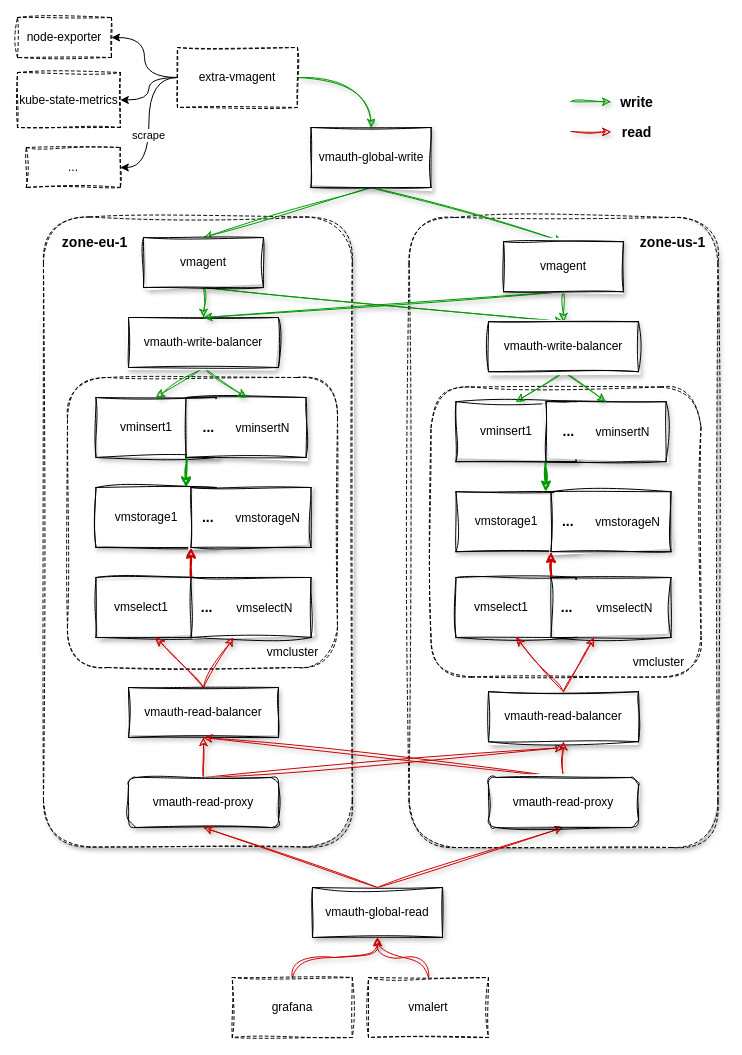
Before: charts/victoria-metrics-distributed/img/victoriametrics-distributed-topology.drawio in VictoriaMetrics/helm-charts, a draw.io diagram. Source tidied: cells renumbered, new cells numbered last; positions are measured from the earlier drawing's top-left corner, leaving out a move shared by most shapes. Both pictures are drawn from the tidied source at 100%, with x=0, y=0 at pixel (17, 17).
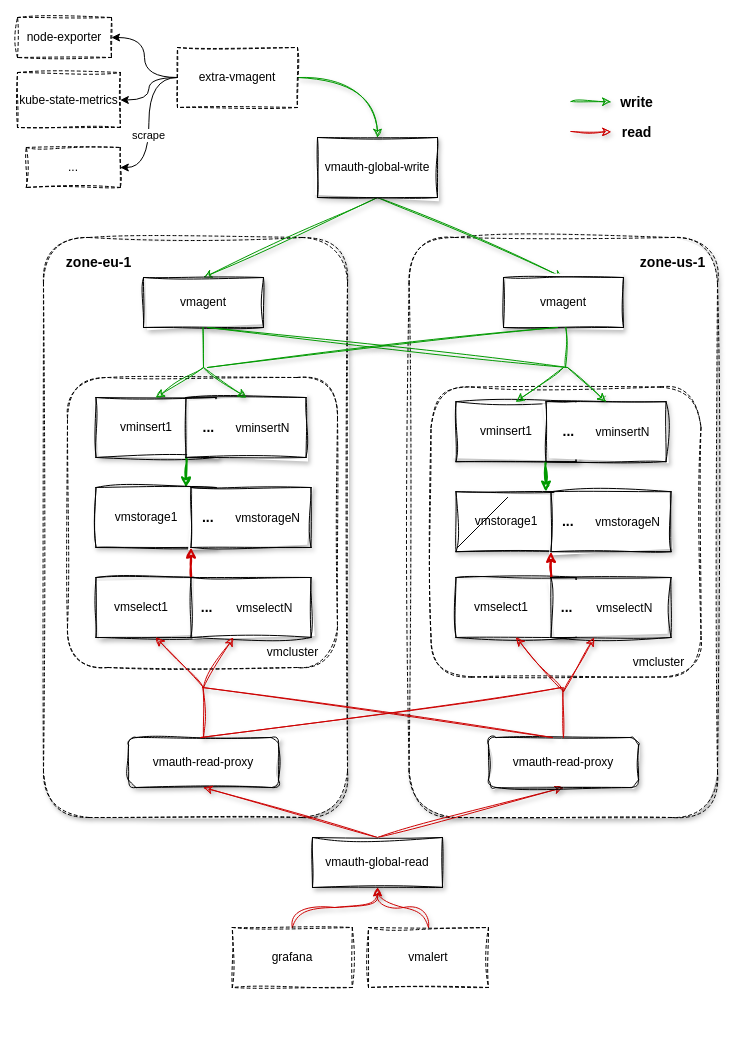
Above is the later version.

Unchanged cells that the change refers to:
```xml
<mxCell id="12" value="vminsert1&amp;nbsp; &amp;nbsp; &amp;nbsp;&amp;nbsp;" style="rounded=0;whiteSpace=wrap;html=1;shadow=1;sketch=1;curveFitting=1;jiggle=2;" parent="1" vertex="1">
  <mxGeometry x="78.5" y="380" width="120" height="60" as="geometry" />
</mxCell>
<mxCell id="14" value="&lt;b&gt;&lt;font style=&quot;font-size: 14px;&quot;&gt;...&amp;nbsp; &lt;/font&gt;&lt;/b&gt;&amp;nbsp; &amp;nbsp; vminsertN" style="rounded=0;whiteSpace=wrap;html=1;shadow=1;sketch=1;curveFitting=1;jiggle=2;" parent="1" vertex="1">
  <mxGeometry x="168.5" y="380" width="120" height="60" as="geometry" />
</mxCell>
<mxCell id="20" value="vmselect1&amp;nbsp; &amp;nbsp; &amp;nbsp; &amp;nbsp; &amp;nbsp;" style="rounded=0;whiteSpace=wrap;html=1;shadow=1;sketch=1;curveFitting=1;jiggle=2;" parent="1" vertex="1">
  <mxGeometry x="78.5" y="560" width="120" height="60" as="geometry" />
</mxCell>
<mxCell id="22" value="&lt;b&gt;&lt;font style=&quot;font-size: 14px;&quot;&gt;&amp;nbsp; ...&amp;nbsp;&lt;/font&gt;&lt;/b&gt;&amp;nbsp; &amp;nbsp; &amp;nbsp; vmselectN" style="rounded=0;whiteSpace=wrap;html=1;shadow=1;align=left;sketch=1;curveFitting=1;jiggle=2;glass=0;" parent="1" vertex="1">
  <mxGeometry x="173.5" y="560" width="120" height="60" as="geometry" />
</mxCell>
<mxCell id="36" value="vminsert1&amp;nbsp; &amp;nbsp; &amp;nbsp;&amp;nbsp;" style="rounded=0;whiteSpace=wrap;html=1;shadow=1;sketch=1;curveFitting=1;jiggle=2;" parent="1" vertex="1">
  <mxGeometry x="438.5" y="384.2" width="120" height="60" as="geometry" />
</mxCell>
<mxCell id="38" value="&lt;b&gt;&lt;font style=&quot;font-size: 14px;&quot;&gt;...&amp;nbsp; &lt;/font&gt;&lt;/b&gt;&amp;nbsp; &amp;nbsp; vminsertN" style="rounded=0;whiteSpace=wrap;html=1;shadow=1;sketch=1;curveFitting=1;jiggle=2;" parent="1" vertex="1">
  <mxGeometry x="528.5" y="384.2" width="120" height="60" as="geometry" />
</mxCell>
<mxCell id="44" value="vmselect1&amp;nbsp; &amp;nbsp; &amp;nbsp; &amp;nbsp; &amp;nbsp;" style="rounded=0;whiteSpace=wrap;html=1;shadow=1;sketch=1;curveFitting=1;jiggle=2;" parent="1" vertex="1">
  <mxGeometry x="438.5" y="560" width="120" height="60" as="geometry" />
</mxCell>
<mxCell id="46" value="&lt;b&gt;&lt;font style=&quot;font-size: 14px;&quot;&gt;&amp;nbsp; ...&amp;nbsp;&lt;/font&gt;&lt;/b&gt;&amp;nbsp; &amp;nbsp; &amp;nbsp; vmselectN" style="rounded=0;whiteSpace=wrap;html=1;shadow=1;align=left;sketch=1;curveFitting=1;jiggle=2;glass=0;" parent="1" vertex="1">
  <mxGeometry x="533.5" y="560" width="120" height="60" as="geometry" />
</mxCell>
```

Change to the diagram source:
```diff
@@
     <mxCell id="2" style="rounded=1;whiteSpace=wrap;html=1;dashed=1;shadow=1;sketch=1;curveFitting=1;jiggle=2;glass=0;" parent="1" vertex="1">
-      <mxGeometry x="391.6" y="200" width="308.8" height="630" as="geometry" />
+      <mxGeometry x="391.6" y="220" width="308.4" height="580" as="geometry" />
     </mxCell>
@@
     <mxCell id="4" style="rounded=1;whiteSpace=wrap;html=1;dashed=1;shadow=1;sketch=1;curveFitting=1;jiggle=2;glass=0;" parent="1" vertex="1">
-      <mxGeometry x="26" y="199.5" width="308.8" height="630" as="geometry" />
+      <mxGeometry x="26" y="220" width="304" height="580" as="geometry" />
     </mxCell>
@@
     <mxCell id="8" value="vmauth-global-write" style="rounded=0;whiteSpace=wrap;html=1;sketch=1;curveFitting=1;jiggle=2;shadow=1;" parent="1" vertex="1">
-      <mxGeometry x="293.5" y="110" width="120" height="60" as="geometry" />
+      <mxGeometry x="300" y="120" width="120" height="60" as="geometry" />
     </mxCell>
-    <mxCell id="9" style="edgeStyle=orthogonalEdgeStyle;rounded=0;jettySize=auto;html=1;exitX=0.5;exitY=1;exitDx=0;exitDy=0;entryX=0.5;entryY=0;entryDx=0;entryDy=0;strokeColor=#009900;sketch=1;curveFitting=1;jiggle=2;shadow=1;" parent="1" edge="1" source="11" target="17">
-      <mxGeometry relative="1" as="geometry" />
-    </mxCell>
-    <mxCell id="10" style="rounded=0;jettySize=auto;html=1;exitX=0.5;exitY=1;exitDx=0;exitDy=0;entryX=0.5;entryY=0;entryDx=0;entryDy=0;shadow=1;sketch=1;curveFitting=1;jiggle=2;strokeColor=#009900;" parent="1" edge="1" source="11" target="41">
-      <mxGeometry relative="1" as="geometry" />
-    </mxCell>
     <mxCell id="11" value="vmagent" style="rounded=0;whiteSpace=wrap;html=1;sketch=1;curveFitting=1;jiggle=2;shadow=1;" parent="1" vertex="1">
-      <mxGeometry x="126" y="220" width="120" height="50" as="geometry" />
+      <mxGeometry x="126" y="260" width="120" height="50" as="geometry" />
     </mxCell>
@@
-    <mxCell id="15" style="rounded=0;jettySize=auto;html=1;exitX=0.5;exitY=1;exitDx=0;exitDy=0;entryX=0.5;entryY=0;entryDx=0;entryDy=0;strokeColor=#009900;sketch=1;curveFitting=1;jiggle=2;shadow=1;" parent="1" edge="1" source="17" target="12">
-      <mxGeometry relative="1" as="geometry" />
+    <mxCell id="15" style="rounded=0;jettySize=auto;html=1;exitX=0.5;exitY=1;exitDx=0;exitDy=0;entryX=0.5;entryY=0;entryDx=0;entryDy=0;strokeColor=#009900;sketch=1;curveFitting=1;jiggle=2;shadow=1;" parent="1" edge="1" target="12">
+      <mxGeometry relative="1" as="geometry">
+        <mxPoint x="186" y="350" as="sourcePoint" />
+      </mxGeometry>
     </mxCell>
-    <mxCell id="16" style="rounded=0;jettySize=auto;html=1;exitX=0.5;exitY=1;exitDx=0;exitDy=0;entryX=0.5;entryY=0;entryDx=0;entryDy=0;fillColor=#009900;strokeColor=#009900;sketch=1;curveFitting=1;jiggle=2;shadow=1;" parent="1" edge="1" source="17" target="14">
-      <mxGeometry relative="1" as="geometry" />
+    <mxCell id="16" style="rounded=0;jettySize=auto;html=1;exitX=0.5;exitY=1;exitDx=0;exitDy=0;entryX=0.5;entryY=0;entryDx=0;entryDy=0;fillColor=#009900;strokeColor=#009900;sketch=1;curveFitting=1;jiggle=2;shadow=1;" parent="1" edge="1" target="14">
+      <mxGeometry relative="1" as="geometry">
+        <mxPoint x="186" y="350" as="sourcePoint" />
+      </mxGeometry>
     </mxCell>
-    <mxCell id="17" value="vmauth-write-balancer" style="rounded=0;whiteSpace=wrap;html=1;shadow=1;sketch=1;curveFitting=1;jiggle=2;" parent="1" vertex="1">
-      <mxGeometry x="111" y="300" width="150" height="50" as="geometry" />
-    </mxCell>
@@
-    <mxCell id="23" style="rounded=0;jettySize=auto;html=1;exitX=0.5;exitY=0;exitDx=0;exitDy=0;strokeColor=#CC0000;shadow=1;sketch=1;curveFitting=1;jiggle=2;" parent="1" edge="1" source="25" target="22">
-      <mxGeometry relative="1" as="geometry" />
+    <mxCell id="23" style="rounded=0;jettySize=auto;html=1;exitX=0.5;exitY=0;exitDx=0;exitDy=0;strokeColor=#CC0000;shadow=1;sketch=1;curveFitting=1;jiggle=2;" parent="1" edge="1" target="22">
+      <mxGeometry relative="1" as="geometry">
+        <mxPoint x="186" y="670" as="sourcePoint" />
+      </mxGeometry>
     </mxCell>
-    <mxCell id="24" style="rounded=0;jettySize=auto;html=1;exitX=0.5;exitY=0;exitDx=0;exitDy=0;entryX=0.5;entryY=1;entryDx=0;entryDy=0;strokeColor=#CC0000;sketch=1;curveFitting=1;jiggle=2;shadow=1;" parent="1" edge="1" source="25" target="20">
-      <mxGeometry relative="1" as="geometry" />
+    <mxCell id="24" style="rounded=0;jettySize=auto;html=1;exitX=0.5;exitY=0;exitDx=0;exitDy=0;entryX=0.5;entryY=1;entryDx=0;entryDy=0;strokeColor=#CC0000;sketch=1;curveFitting=1;jiggle=2;shadow=1;" parent="1" edge="1" target="20">
+      <mxGeometry relative="1" as="geometry">
+        <mxPoint x="186" y="670" as="sourcePoint" />
+      </mxGeometry>
     </mxCell>
-    <mxCell id="25" value="vmauth-read-balancer" style="rounded=0;whiteSpace=wrap;html=1;sketch=1;curveFitting=1;jiggle=2;shadow=1;" parent="1" vertex="1">
-      <mxGeometry x="111" y="670" width="150" height="50" as="geometry" />
-    </mxCell>
-    <mxCell id="26" style="edgeStyle=orthogonalEdgeStyle;rounded=0;jettySize=auto;html=1;exitX=0.5;exitY=0;exitDx=0;exitDy=0;entryX=0.5;entryY=1;entryDx=0;entryDy=0;strokeColor=#CC0000;shadow=1;sketch=1;curveFitting=1;jiggle=2;" parent="1" edge="1" source="28" target="25">
-      <mxGeometry relative="1" as="geometry" />
-    </mxCell>
-    <mxCell id="27" style="rounded=0;jettySize=auto;html=1;exitX=0.5;exitY=0;exitDx=0;exitDy=0;strokeColor=#CC0000;shadow=1;sketch=1;curveFitting=1;jiggle=2;" parent="1" edge="1" source="28">
-      <mxGeometry relative="1" as="geometry">
-        <mxPoint x="546" y="730" as="targetPoint" />
-      </mxGeometry>
-    </mxCell>
     <mxCell id="28" value="vmauth-read-proxy" style="rounded=1;whiteSpace=wrap;html=1;sketch=1;curveFitting=1;jiggle=2;shadow=1;" parent="1" vertex="1">
-      <mxGeometry x="111" y="760" width="150" height="50" as="geometry" />
+      <mxGeometry x="111" y="720" width="150" height="50" as="geometry" />
     </mxCell>
@@
     <mxCell id="31" value="vmauth-global-read" style="rounded=0;whiteSpace=wrap;html=1;sketch=1;curveFitting=1;jiggle=2;shadow=1;" parent="1" vertex="1">
-      <mxGeometry x="295" y="870" width="130" height="50" as="geometry" />
+      <mxGeometry x="295" y="820" width="130" height="50" as="geometry" />
     </mxCell>
     <mxCell id="32" value="&lt;b&gt;&lt;font style=&quot;font-size: 14px;&quot;&gt;zone-eu-1&lt;/font&gt;&lt;/b&gt;" style="text;html=1;align=center;verticalAlign=middle;strokeColor=none;fillColor=none;" parent="1" vertex="1">
-      <mxGeometry x="32.2" y="210" width="90" height="30" as="geometry" />
+      <mxGeometry x="36" y="230" width="90" height="30" as="geometry" />
     </mxCell>
-    <mxCell id="33" style="edgeStyle=orthogonalEdgeStyle;rounded=0;jettySize=auto;html=1;exitX=0.5;exitY=1;exitDx=0;exitDy=0;entryX=0.5;entryY=0;entryDx=0;entryDy=0;strokeColor=#009900;sketch=1;curveFitting=1;jiggle=2;shadow=1;" parent="1" edge="1" source="35" target="41">
-      <mxGeometry relative="1" as="geometry" />
-    </mxCell>
-    <mxCell id="34" style="rounded=0;jettySize=auto;html=1;exitX=0.5;exitY=1;exitDx=0;exitDy=0;entryX=0.5;entryY=0;entryDx=0;entryDy=0;strokeColor=#009900;sketch=1;curveFitting=1;jiggle=2;shadow=1;" parent="1" edge="1" source="35" target="17">
-      <mxGeometry relative="1" as="geometry" />
-    </mxCell>
     <mxCell id="35" value="vmagent" style="rounded=0;whiteSpace=wrap;html=1;sketch=1;curveFitting=1;jiggle=2;shadow=1;" parent="1" vertex="1">
-      <mxGeometry x="486" y="224.2" width="120" height="50" as="geometry" />
+      <mxGeometry x="486" y="260" width="120" height="50" as="geometry" />
     </mxCell>
@@
-    <mxCell id="39" style="rounded=0;jettySize=auto;html=1;exitX=0.5;exitY=1;exitDx=0;exitDy=0;entryX=0.5;entryY=0;entryDx=0;entryDy=0;strokeColor=#009900;sketch=1;curveFitting=1;jiggle=2;shadow=1;" parent="1" edge="1" source="41" target="36">
-      <mxGeometry relative="1" as="geometry" />
+    <mxCell id="39" style="rounded=0;jettySize=auto;html=1;entryX=0.5;entryY=0;entryDx=0;entryDy=0;strokeColor=#009900;sketch=1;curveFitting=1;jiggle=2;shadow=1;" parent="1" edge="1" target="36">
+      <mxGeometry relative="1" as="geometry">
+        <mxPoint x="546" y="350" as="sourcePoint" />
+      </mxGeometry>
     </mxCell>
-    <mxCell id="40" style="rounded=0;jettySize=auto;html=1;exitX=0.5;exitY=1;exitDx=0;exitDy=0;entryX=0.5;entryY=0;entryDx=0;entryDy=0;fillColor=#009900;strokeColor=#009900;shadow=1;sketch=1;curveFitting=1;jiggle=2;" parent="1" edge="1" source="41" target="38">
-      <mxGeometry relative="1" as="geometry" />
+    <mxCell id="40" style="rounded=0;jettySize=auto;html=1;entryX=0.5;entryY=0;entryDx=0;entryDy=0;fillColor=#009900;strokeColor=#009900;shadow=1;sketch=1;curveFitting=1;jiggle=2;" parent="1" edge="1" target="38">
+      <mxGeometry relative="1" as="geometry">
+        <mxPoint x="550" y="350" as="sourcePoint" />
+      </mxGeometry>
     </mxCell>
-    <mxCell id="41" value="vmauth-write-balancer" style="rounded=0;whiteSpace=wrap;html=1;shadow=1;sketch=1;curveFitting=1;jiggle=2;" parent="1" vertex="1">
-      <mxGeometry x="471" y="304.2" width="150" height="50" as="geometry" />
-    </mxCell>
@@
-    <mxCell id="47" style="rounded=0;jettySize=auto;html=1;exitX=0.5;exitY=0;exitDx=0;exitDy=0;strokeColor=#CC0000;sketch=1;curveFitting=1;jiggle=2;shadow=1;" parent="1" edge="1" source="49" target="46">
-      <mxGeometry relative="1" as="geometry" />
+    <mxCell id="47" style="rounded=0;jettySize=auto;html=1;exitX=0.5;exitY=0;exitDx=0;exitDy=0;strokeColor=#CC0000;sketch=1;curveFitting=1;jiggle=2;shadow=1;" parent="1" edge="1" target="46">
+      <mxGeometry relative="1" as="geometry">
+        <mxPoint x="546" y="674.2" as="sourcePoint" />
+      </mxGeometry>
     </mxCell>
-    <mxCell id="48" style="rounded=0;jettySize=auto;html=1;exitX=0.5;exitY=0;exitDx=0;exitDy=0;entryX=0.5;entryY=1;entryDx=0;entryDy=0;strokeColor=#CC0000;shadow=1;sketch=1;curveFitting=1;jiggle=2;" parent="1" edge="1" source="49" target="44">
-      <mxGeometry relative="1" as="geometry" />
+    <mxCell id="48" style="rounded=0;jettySize=auto;html=1;exitX=0.5;exitY=0;exitDx=0;exitDy=0;entryX=0.5;entryY=1;entryDx=0;entryDy=0;strokeColor=#CC0000;shadow=1;sketch=1;curveFitting=1;jiggle=2;" parent="1" edge="1" target="44">
+      <mxGeometry relative="1" as="geometry">
+        <mxPoint x="546" y="674.2" as="sourcePoint" />
+      </mxGeometry>
     </mxCell>
-    <mxCell id="49" value="vmauth-read-balancer" style="rounded=0;whiteSpace=wrap;html=1;sketch=1;curveFitting=1;jiggle=2;shadow=1;" parent="1" vertex="1">
-      <mxGeometry x="471" y="674.2" width="150" height="50" as="geometry" />
-    </mxCell>
-    <mxCell id="50" style="edgeStyle=orthogonalEdgeStyle;rounded=0;jettySize=auto;html=1;exitX=0.5;exitY=0;exitDx=0;exitDy=0;entryX=0.5;entryY=1;entryDx=0;entryDy=0;strokeColor=#CC0000;sketch=1;curveFitting=1;jiggle=2;shadow=1;" parent="1" edge="1" source="52" target="49">
-      <mxGeometry relative="1" as="geometry" />
-    </mxCell>
-    <mxCell id="51" style="rounded=0;jettySize=auto;html=1;exitX=0.5;exitY=0;exitDx=0;exitDy=0;strokeColor=#CC0000;sketch=1;curveFitting=1;jiggle=2;shadow=1;" parent="1" edge="1" source="52">
-      <mxGeometry relative="1" as="geometry">
-        <mxPoint x="186" y="720" as="targetPoint" />
-      </mxGeometry>
-    </mxCell>
     <mxCell id="52" value="vmauth-read-proxy" style="rounded=1;whiteSpace=wrap;html=1;sketch=1;curveFitting=1;jiggle=2;shadow=1;" parent="1" vertex="1">
-      <mxGeometry x="471" y="760" width="150" height="50" as="geometry" />
+      <mxGeometry x="471" y="720" width="150" height="50" as="geometry" />
     </mxCell>
     <mxCell id="53" value="&lt;b&gt;&lt;font style=&quot;font-size: 14px;&quot;&gt;zone-us-1&lt;/font&gt;&lt;/b&gt;" style="text;html=1;align=center;verticalAlign=middle;strokeColor=none;fillColor=none;" parent="1" vertex="1">
-      <mxGeometry x="610.4" y="210" width="90" height="30" as="geometry" />
+      <mxGeometry x="610.4" y="230" width="90" height="30" as="geometry" />
     </mxCell>
@@
     <mxCell id="65" value="grafana" style="rounded=0;whiteSpace=wrap;html=1;sketch=1;curveFitting=1;jiggle=2;shadow=0;dashed=1;" parent="1" vertex="1">
-      <mxGeometry x="214.8" y="960" width="120" height="60" as="geometry" />
+      <mxGeometry x="214.8" y="910" width="120" height="60" as="geometry" />
     </mxCell>
@@
     <mxCell id="69" style="edgeStyle=orthogonalEdgeStyle;rounded=0;jettySize=auto;html=1;exitX=0.5;exitY=0;exitDx=0;exitDy=0;curved=1;strokeColor=#CC0000;sketch=1;curveFitting=1;jiggle=2;shadow=1;" parent="1" edge="1" source="70">
       <mxGeometry relative="1" as="geometry">
-        <mxPoint x="360" y="920" as="targetPoint" />
+        <mxPoint x="360" y="870" as="targetPoint" />
       </mxGeometry>
     </mxCell>
     <mxCell id="70" value="vmalert" style="rounded=0;whiteSpace=wrap;html=1;sketch=1;curveFitting=1;jiggle=2;shadow=0;dashed=1;" parent="1" vertex="1">
-      <mxGeometry x="351" y="960" width="120" height="60" as="geometry" />
+      <mxGeometry x="351" y="910" width="120" height="60" as="geometry" />
     </mxCell>
@@
+    <mxCell id="73" style="endArrow=none;html=1;rounded=0;" parent="1" edge="1">
+      <mxGeometry relative="1" as="geometry">
+        <mxPoint x="440" y="530" as="sourcePoint" />
+        <mxPoint x="490" y="480" as="targetPoint" />
+      </mxGeometry>
+    </mxCell>
+    <mxCell id="74" style="endArrow=none;html=1;rounded=0;" parent="1" edge="1">
+      <mxGeometry relative="1" as="geometry">
+        <mxPoint x="440" y="530" as="sourcePoint" />
+        <mxPoint x="490" y="480" as="targetPoint" />
+      </mxGeometry>
+    </mxCell>
+    <mxCell id="75" style="endArrow=none;html=1;rounded=0;" parent="1" edge="1">
+      <mxGeometry relative="1" as="geometry">
+        <mxPoint x="440" y="530" as="sourcePoint" />
+        <mxPoint x="490" y="480" as="targetPoint" />
+      </mxGeometry>
+    </mxCell>
+    <mxCell id="76" style="endArrow=none;html=1;rounded=0;" parent="1" edge="1">
+      <mxGeometry relative="1" as="geometry">
+        <mxPoint x="440" y="530" as="sourcePoint" />
+        <mxPoint x="490" y="480" as="targetPoint" />
+      </mxGeometry>
+    </mxCell>
+    <mxCell id="77" style="endArrow=none;html=1;rounded=0;exitX=0.5;exitY=0;exitDx=0;exitDy=0;sketch=1;curveFitting=1;jiggle=2;shadow=1;strokeColor=#CC0000;" parent="1" edge="1" source="28">
+      <mxGeometry relative="1" as="geometry">
+        <mxPoint x="185.5" y="670" as="targetPoint" />
+      </mxGeometry>
+    </mxCell>
+    <mxCell id="78" style="endArrow=none;html=1;rounded=0;exitX=0.5;exitY=0;exitDx=0;exitDy=0;sketch=1;curveFitting=1;jiggle=2;shadow=1;strokeColor=#CC0000;" parent="1" edge="1">
+      <mxGeometry relative="1" as="geometry">
+        <mxPoint x="546" y="720" as="sourcePoint" />
+        <mxPoint x="545.5" y="670" as="targetPoint" />
+      </mxGeometry>
+    </mxCell>
+    <mxCell id="79" style="endArrow=none;html=1;rounded=0;sketch=1;curveFitting=1;jiggle=2;shadow=1;strokeColor=#CC0000;" parent="1" edge="1">
+      <mxGeometry relative="1" as="geometry">
+        <mxPoint x="535" y="720" as="sourcePoint" />
+        <mxPoint x="185" y="670" as="targetPoint" />
+      </mxGeometry>
+    </mxCell>
+    <mxCell id="80" style="endArrow=none;html=1;rounded=0;sketch=1;curveFitting=1;jiggle=2;shadow=1;strokeColor=#CC0000;" parent="1" edge="1">
+      <mxGeometry relative="1" as="geometry">
+        <mxPoint x="544" y="670" as="sourcePoint" />
+        <mxPoint x="183" y="720" as="targetPoint" />
+      </mxGeometry>
+    </mxCell>
+    <mxCell id="81" style="endArrow=none;html=1;rounded=0;sketch=1;curveFitting=1;jiggle=2;shadow=1;strokeColor=#009900;" parent="1" edge="1">
+      <mxGeometry relative="1" as="geometry">
+        <mxPoint x="186" y="350" as="sourcePoint" />
+        <mxPoint x="185.5" y="310" as="targetPoint" />
+      </mxGeometry>
+    </mxCell>
+    <mxCell id="82" style="endArrow=none;html=1;rounded=0;sketch=1;curveFitting=1;jiggle=2;shadow=1;strokeColor=#009900;" parent="1" edge="1">
+      <mxGeometry relative="1" as="geometry">
+        <mxPoint x="548" y="350" as="sourcePoint" />
+        <mxPoint x="548.3" y="310" as="targetPoint" />
+      </mxGeometry>
+    </mxCell>
+    <mxCell id="83" style="endArrow=none;html=1;rounded=0;sketch=1;curveFitting=1;jiggle=2;shadow=1;strokeColor=#009900;" parent="1" edge="1">
+      <mxGeometry relative="1" as="geometry">
+        <mxPoint x="550" y="350" as="sourcePoint" />
+        <mxPoint x="190" y="310" as="targetPoint" />
+      </mxGeometry>
+    </mxCell>
+    <mxCell id="84" style="endArrow=none;html=1;rounded=0;sketch=1;curveFitting=1;jiggle=2;shadow=1;strokeColor=#009900;" parent="1" edge="1">
+      <mxGeometry relative="1" as="geometry">
+        <mxPoint x="540" y="310" as="sourcePoint" />
+        <mxPoint x="190" y="350" as="targetPoint" />
+      </mxGeometry>
+    </mxCell>
```
